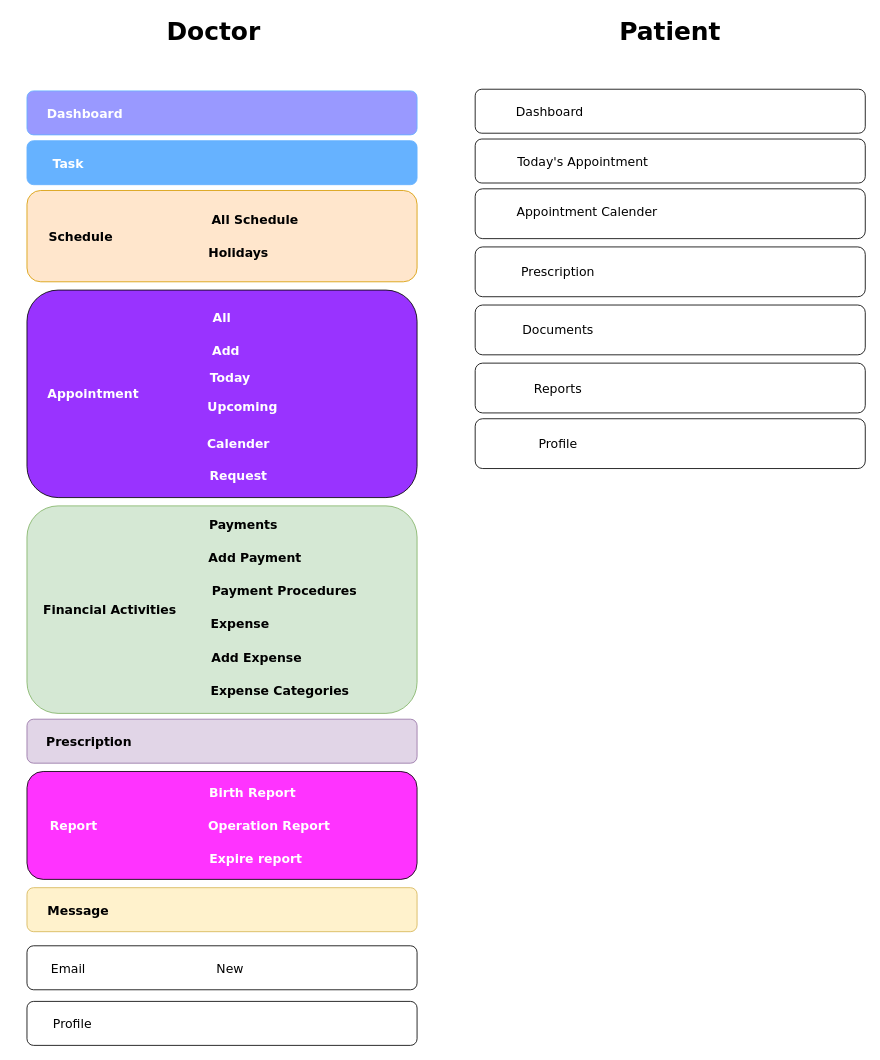
The draw.io diagram Untitled Diagram.drawio in SeniorDev009/capture-video-streamming, before the edit. Source tidied: cells renumbered, new cells numbered last; positions are measured from the earlier drawing's top-left corner, leaving out a move shared by most shapes. Both pictures are drawn from the tidied source at 83%, with x=0, y=0 at pixel (14, 14).
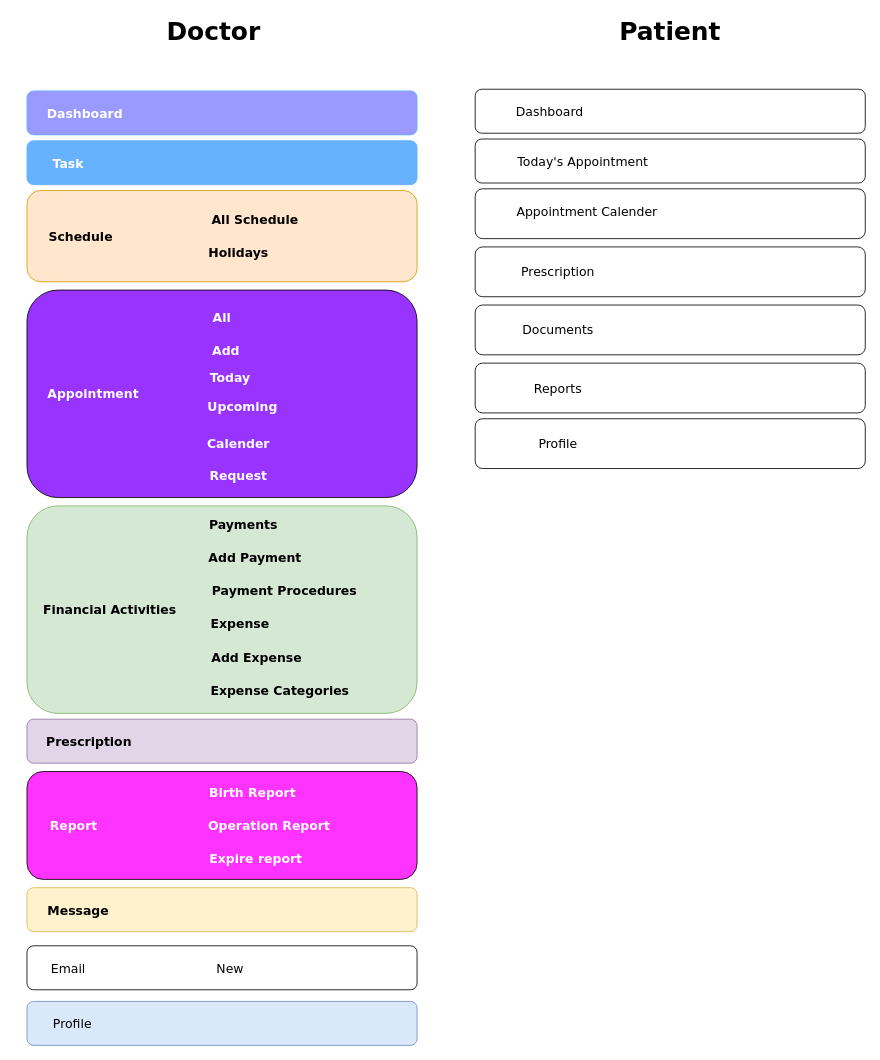
After the change.

The edit, as a diff of the source:
```diff
@@
-    <mxCell id="4" style="rounded=1;whiteSpace=wrap;html=1;fontFamily=Verdana;fontSize=15;" parent="1" vertex="1">
+    <mxCell id="4" style="rounded=1;whiteSpace=wrap;html=1;fontFamily=Verdana;fontSize=15;fillColor=#dae8fc;strokeColor=#6c8ebf;" parent="1" vertex="1">
       <mxGeometry x="15" y="1189" width="470" height="53" as="geometry" />
     </mxCell>
```
